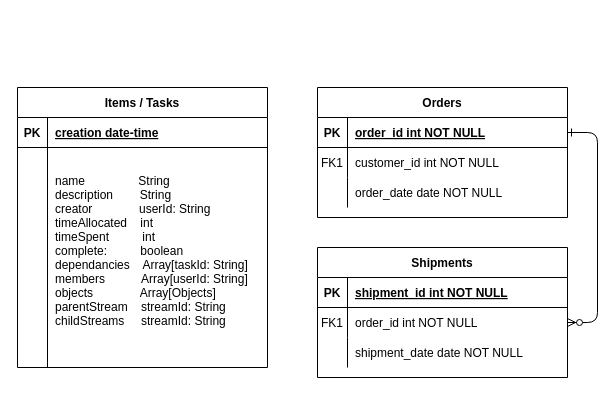
Earlier version of the draw.io diagram Untitled Diagram.drawio (jayelg/tasktime-client). Source tidied: cells renumbered, new cells numbered last; positions are measured from the earlier drawing's top-left corner, leaving out a move shared by most shapes. Both pictures are drawn from the tidied source at 100%, with x=0, y=0 at pixel (17, 87).
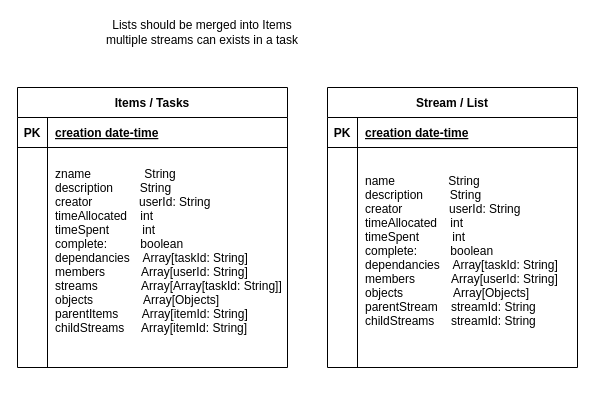
The same page after the edit.

Diff of the diagram source:
```diff
@@
-    <mxCell id="2" style="edgeStyle=entityRelationEdgeStyle;endArrow=ERzeroToMany;startArrow=ERone;endFill=1;startFill=0;" parent="1" edge="1" source="4" target="17">
-      <mxGeometry relative="1" as="geometry" />
-    </mxCell>
-    <mxCell id="3" value="Orders" style="shape=table;startSize=30;childLayout=tableLayout;rowLines=0;fontStyle=1;align=center;" parent="1" vertex="1">
-      <mxGeometry x="300" width="250" height="130" as="geometry" />
-    </mxCell>
-    <mxCell id="4" style="shape=partialRectangle;fillColor=none;points=[[0,0.5],[1,0.5]];portConstraint=eastwest;top=0;left=0;right=0;bottom=1;" parent="3" vertex="1">
-      <mxGeometry y="30" width="250" height="30" as="geometry" />
-    </mxCell>
-    <mxCell id="5" value="PK" style="shape=partialRectangle;overflow=hidden;fillColor=none;top=0;left=0;bottom=0;right=0;fontStyle=1;" parent="4" vertex="1">
-      <mxGeometry width="30" height="30" as="geometry" />
-    </mxCell>
-    <mxCell id="6" value="order_id int NOT NULL " style="shape=partialRectangle;overflow=hidden;fillColor=none;top=0;left=0;bottom=0;right=0;align=left;spacingLeft=6;fontStyle=5;" parent="4" vertex="1">
-      <mxGeometry x="30" width="220" height="30" as="geometry" />
-    </mxCell>
-    <mxCell id="7" style="shape=partialRectangle;fillColor=none;top=0;left=0;right=0;bottom=0;" parent="3" vertex="1">
-      <mxGeometry y="60" width="250" height="30" as="geometry" />
-    </mxCell>
-    <mxCell id="8" value="FK1" style="shape=partialRectangle;overflow=hidden;fillColor=none;top=0;left=0;bottom=0;right=0;" parent="7" vertex="1">
-      <mxGeometry width="30" height="30" as="geometry" />
-    </mxCell>
-    <mxCell id="9" value="customer_id int NOT NULL" style="shape=partialRectangle;overflow=hidden;fillColor=none;top=0;left=0;bottom=0;right=0;align=left;spacingLeft=6;" parent="7" vertex="1">
-      <mxGeometry x="30" width="220" height="30" as="geometry" />
-    </mxCell>
-    <mxCell id="10" style="shape=partialRectangle;fillColor=none;top=0;left=0;right=0;bottom=0;" parent="3" vertex="1">
-      <mxGeometry y="90" width="250" height="30" as="geometry" />
-    </mxCell>
-    <mxCell id="11" style="shape=partialRectangle;overflow=hidden;fillColor=none;top=0;left=0;bottom=0;right=0;" parent="10" vertex="1">
-      <mxGeometry width="30" height="30" as="geometry" />
-    </mxCell>
-    <mxCell id="12" value="order_date date NOT NULL" style="shape=partialRectangle;overflow=hidden;fillColor=none;top=0;left=0;bottom=0;right=0;align=left;spacingLeft=6;" parent="10" vertex="1">
-      <mxGeometry x="30" width="220" height="30" as="geometry" />
-    </mxCell>
-    <mxCell id="13" value="Shipments" style="shape=table;startSize=30;childLayout=tableLayout;rowLines=0;fontStyle=1;align=center;" parent="1" vertex="1">
-      <mxGeometry x="300" y="160" width="250" height="130" as="geometry" />
-    </mxCell>
-    <mxCell id="14" style="shape=partialRectangle;fillColor=none;top=0;left=0;right=0;bottom=1;" parent="13" vertex="1">
-      <mxGeometry y="30" width="250" height="30" as="geometry" />
-    </mxCell>
-    <mxCell id="15" value="PK" style="shape=partialRectangle;overflow=hidden;fillColor=none;top=0;left=0;bottom=0;right=0;fontStyle=1;" parent="14" vertex="1">
-      <mxGeometry width="30" height="30" as="geometry" />
-    </mxCell>
-    <mxCell id="16" value="shipment_id int NOT NULL " style="shape=partialRectangle;overflow=hidden;fillColor=none;top=0;left=0;bottom=0;right=0;align=left;spacingLeft=6;fontStyle=5;" parent="14" vertex="1">
-      <mxGeometry x="30" width="220" height="30" as="geometry" />
-    </mxCell>
-    <mxCell id="17" style="shape=partialRectangle;fillColor=none;points=[[0,0.5],[1,0.5]];portConstraint=eastwest;top=0;left=0;right=0;bottom=0;" parent="13" vertex="1">
-      <mxGeometry y="60" width="250" height="30" as="geometry" />
-    </mxCell>
-    <mxCell id="18" value="FK1" style="shape=partialRectangle;overflow=hidden;fillColor=none;top=0;left=0;bottom=0;right=0;" parent="17" vertex="1">
-      <mxGeometry width="30" height="30" as="geometry" />
-    </mxCell>
-    <mxCell id="19" value="order_id int NOT NULL" style="shape=partialRectangle;overflow=hidden;fillColor=none;top=0;left=0;bottom=0;right=0;align=left;spacingLeft=6;" parent="17" vertex="1">
-      <mxGeometry x="30" width="220" height="30" as="geometry" />
-    </mxCell>
-    <mxCell id="20" style="shape=partialRectangle;fillColor=none;top=0;left=0;right=0;bottom=0;" parent="13" vertex="1">
-      <mxGeometry y="90" width="250" height="30" as="geometry" />
-    </mxCell>
-    <mxCell id="21" style="shape=partialRectangle;overflow=hidden;fillColor=none;top=0;left=0;bottom=0;right=0;" parent="20" vertex="1">
-      <mxGeometry width="30" height="30" as="geometry" />
-    </mxCell>
-    <mxCell id="22" value="shipment_date date NOT NULL" style="shape=partialRectangle;overflow=hidden;fillColor=none;top=0;left=0;bottom=0;right=0;align=left;spacingLeft=6;" parent="20" vertex="1">
-      <mxGeometry x="30" width="220" height="30" as="geometry" />
-    </mxCell>
     <mxCell id="23" value="Items / Tasks" style="shape=table;startSize=30;childLayout=tableLayout;rowLines=0;fontStyle=1;align=center;" parent="1" vertex="1">
-      <mxGeometry width="250" height="280" as="geometry" />
+      <mxGeometry width="270" height="280" as="geometry" />
     </mxCell>
     <mxCell id="24" style="shape=partialRectangle;fillColor=none;top=0;left=0;right=0;bottom=1;" parent="23" vertex="1">
-      <mxGeometry y="30" width="250" height="30" as="geometry" />
+      <mxGeometry y="30" width="270" height="30" as="geometry" />
     </mxCell>
@@
     <mxCell id="26" value="creation date-time" style="shape=partialRectangle;overflow=hidden;fillColor=none;top=0;left=0;bottom=0;right=0;align=left;spacingLeft=6;fontStyle=5;" parent="24" vertex="1">
-      <mxGeometry x="30" width="220" height="30" as="geometry" />
+      <mxGeometry x="30" width="240" height="30" as="geometry" />
     </mxCell>
     <mxCell id="27" style="shape=partialRectangle;fillColor=none;top=0;left=0;right=0;bottom=0;" parent="23" vertex="1">
-      <mxGeometry y="60" width="250" height="220" as="geometry" />
+      <mxGeometry y="60" width="270" height="220" as="geometry" />
     </mxCell>
@@
-    <mxCell id="29" value="name                String&#10;description        String&#10;creator              userId: String&#10;timeAllocated    int&#10;timeSpent          int&#10;complete:          boolean&#10;dependancies    Array[taskId: String]&#10;members           Array[userId: String]&#10;objects              Array[Objects]&#10;parentStream    streamId: String&#10;childStreams     streamId: String&#10;" style="shape=partialRectangle;overflow=hidden;fillColor=none;top=0;left=0;bottom=0;right=0;align=left;spacingLeft=6;" parent="27" vertex="1">
-      <mxGeometry x="30" width="220" height="220" as="geometry" />
+    <mxCell id="29" value="zname                String&#10;description        String&#10;creator              userId: String&#10;timeAllocated    int&#10;timeSpent          int&#10;complete:          boolean&#10;dependancies    Array[taskId: String]&#10;members           Array[userId: String]&#10;streams             Array[Array[taskId: String]]&#10;objects               Array[Objects]&#10;parentItems       Array[itemId: String]&#10;childStreams     Array[itemId: String]&#10;" style="shape=partialRectangle;overflow=hidden;fillColor=none;top=0;left=0;bottom=0;right=0;align=left;spacingLeft=6;" parent="27" vertex="1">
+      <mxGeometry x="30" width="240" height="220" as="geometry" />
     </mxCell>
+    <mxCell id="30" value="Stream / List" style="shape=table;startSize=30;childLayout=tableLayout;rowLines=0;fontStyle=1;align=center;" parent="1" vertex="1">
+      <mxGeometry x="310" width="250" height="280" as="geometry" />
+    </mxCell>
+    <mxCell id="31" style="shape=partialRectangle;fillColor=none;top=0;left=0;right=0;bottom=1;" parent="30" vertex="1">
+      <mxGeometry y="30" width="250" height="30" as="geometry" />
+    </mxCell>
+    <mxCell id="32" value="PK" style="shape=partialRectangle;overflow=hidden;fillColor=none;top=0;left=0;bottom=0;right=0;fontStyle=1;" parent="31" vertex="1">
+      <mxGeometry width="30" height="30" as="geometry" />
+    </mxCell>
+    <mxCell id="33" value="creation date-time" style="shape=partialRectangle;overflow=hidden;fillColor=none;top=0;left=0;bottom=0;right=0;align=left;spacingLeft=6;fontStyle=5;" parent="31" vertex="1">
+      <mxGeometry x="30" width="220" height="30" as="geometry" />
+    </mxCell>
+    <mxCell id="34" style="shape=partialRectangle;fillColor=none;top=0;left=0;right=0;bottom=0;" parent="30" vertex="1">
+      <mxGeometry y="60" width="250" height="220" as="geometry" />
+    </mxCell>
+    <mxCell id="35" style="shape=partialRectangle;overflow=hidden;fillColor=none;top=0;left=0;bottom=0;right=0;" parent="34" vertex="1">
+      <mxGeometry width="30" height="220" as="geometry" />
+    </mxCell>
+    <mxCell id="36" value="name                String&#10;description        String&#10;creator              userId: String&#10;timeAllocated    int&#10;timeSpent          int&#10;complete:          boolean&#10;dependancies    Array[taskId: String]&#10;members           Array[userId: String]&#10;objects               Array[Objects]&#10;parentStream    streamId: String&#10;childStreams     streamId: String&#10;" style="shape=partialRectangle;overflow=hidden;fillColor=none;top=0;left=0;bottom=0;right=0;align=left;spacingLeft=6;" parent="34" vertex="1">
+      <mxGeometry x="30" width="220" height="220" as="geometry" />
+    </mxCell>
+    <mxCell id="37" value="Lists should be merged into Items&lt;br&gt;multiple streams can exists in a task&lt;br&gt;" style="text;strokeColor=none;align=center;fillColor=none;html=1;verticalAlign=middle;whiteSpace=wrap;rounded=0;" parent="1" vertex="1">
+      <mxGeometry x="20" y="-70" width="330" height="30" as="geometry" />
+    </mxCell>
```
